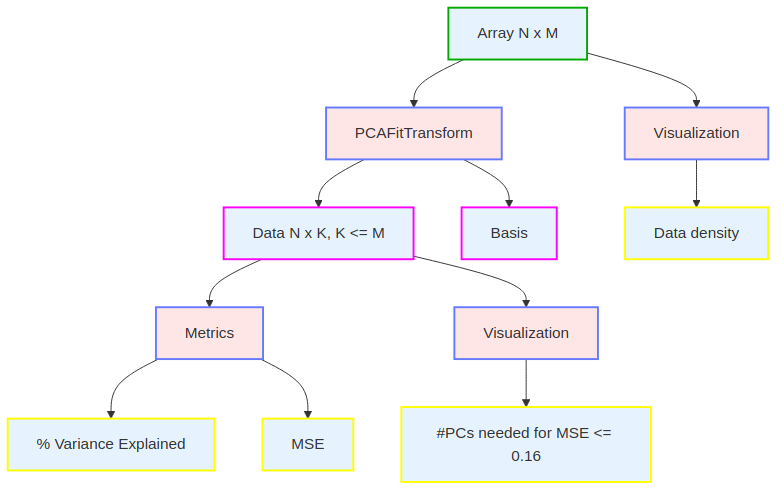
Earlier version of the Mermaid export mermaid/template_pca_fit_transform.png (catskillsresearch/broad-3-catskills). Its source is kept beside it as mermaid/template_pca_fit_transform.mmd.
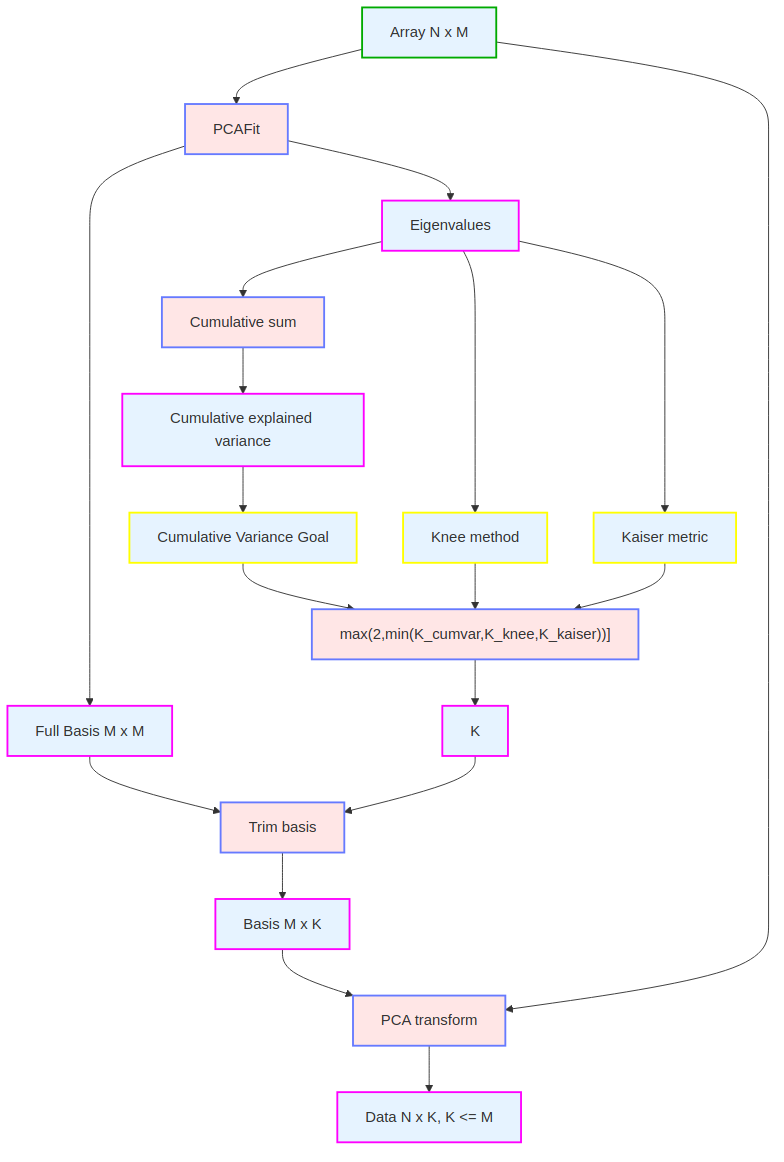
After the change.

Change to the diagram source:
```diff
@@ -7,16 +7,26 @@
     classDef outputMetric fill:#e6f3ff,stroke:#FFFF00,stroke-width:2px
 
     data3["Array N x M"]:::inputData
-    data3 --> op3["PCAFitTransform"]:::op
-    op3 --> data4["Data N x K, K <= M"]:::outputData
-    op3 --> data5["Basis"]:::outputData
-    op3aa["Visualization"]:::op
-    data3aa["Data density"]:::outputMetric
-    data3 --> op3aa --> data3aa
-    op3a["Metrics"]:::op
-    op3b["Visualization"]:::op
-    data3a["MSE"]:::outputMetric
-    data3b["% Variance Explained"]:::outputMetric
-    data4c["#PCs needed for MSE <= 0.16"]:::outputMetric
-    data4 --> op3a --> data3b & data3a
-    data4 --> op3b --> data4c
+    data3 --> op3["PCAFit"]:::op
+    data4["Data N x K, K <= M"]:::outputData
+    data5["Full Basis M x M"]:::outputData
+    data6["Eigenvalues"]:::outputData
+    data7["Cumulative explained variance"]:::outputData
+    op3 --> data5 & data6
+    op7["Cumulative sum"]:::op
+    data6 --> op7 --> data7
+    op4["Cumulative Variance Goal"]:::outputMetric
+    op5["Knee method"]:::outputMetric
+    op6["Kaiser metric"]:::outputMetric
+    data7 --> op4
+    data6 --> op6
+    data6 --> op5
+    op8["max(2,min(K_cumvar,K_knee,K_kaiser))]"]:::op
+    op4 & op5 & op6 --> op8
+    data9["K"]:::outputData
+    op8 --> data9:::outputData
+    op9["Trim basis"]:::op
+    data10["Basis M x K"]:::outputData
+    data5  & data9--> op9 --> data10
+    op11["PCA transform"]:::op
+    data10 & data3 --> op11 --> data4
```
